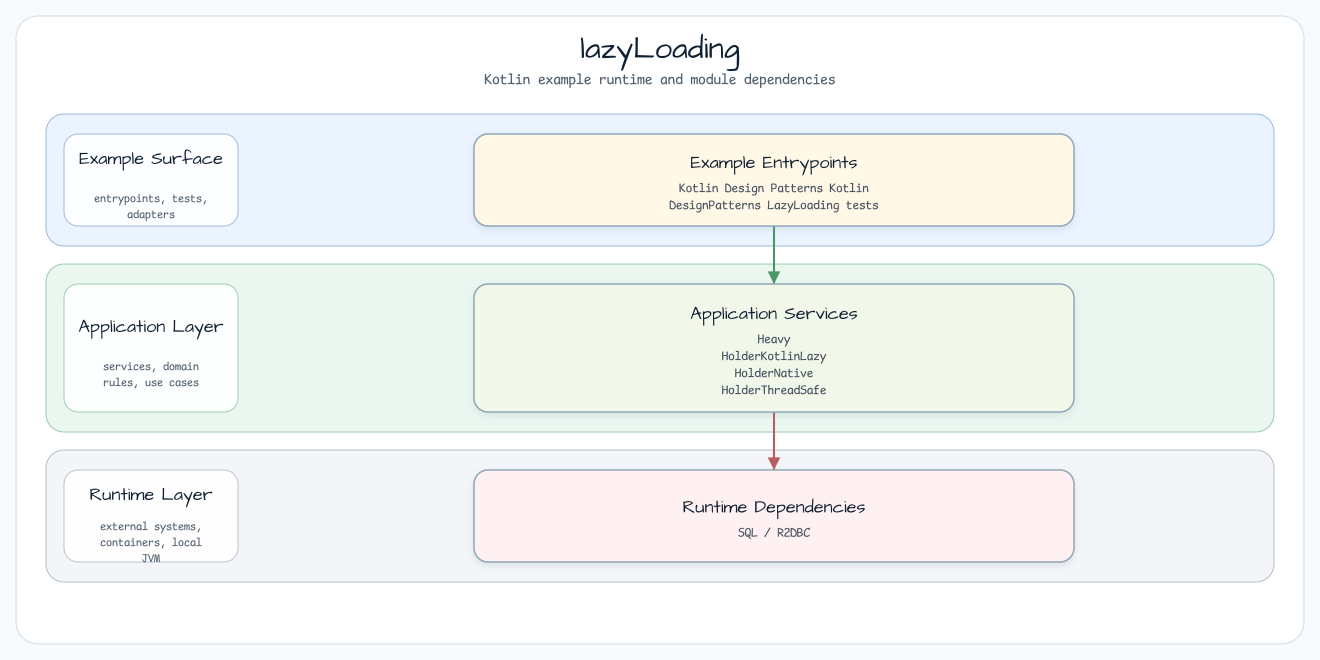
bluetape4k/bluetape4k-workshop keeps this Graphviz diagram as docs/images/readme-diagrams/kotlin-design-patterns-src-main-kotlin-io-bluetape4k-workshop-kotlin-designpatterns-lazyloading-readme-architecture-01.png. Above is the earlier version. Its source is kept beside it as docs/images/readme-diagrams/kotlin-design-patterns-src-main-kotlin-io-bluetape4k-workshop-kotlin-designpatterns-lazyloading-readme-architecture-01.dot.
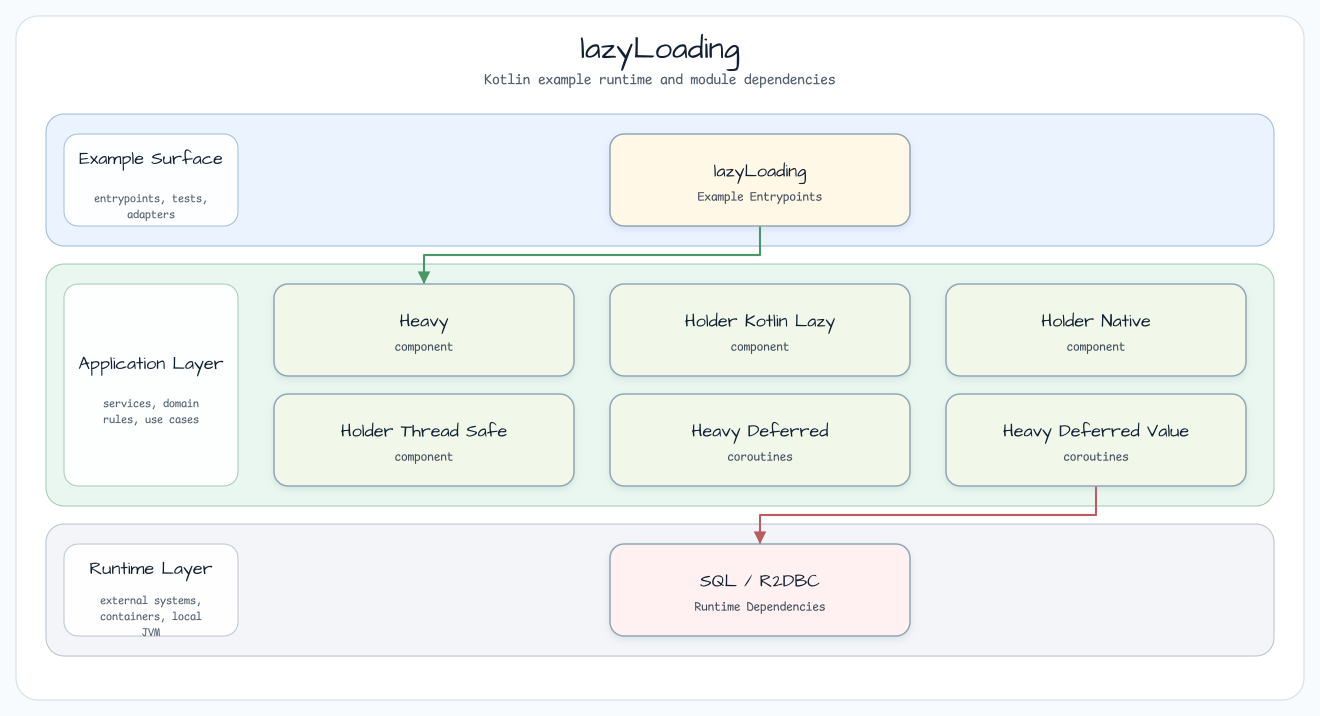
Above is the later version.

Change to the diagram source:
```diff
@@ -26,10 +26,15 @@
     fontsize=11
   ];
 
-  entry [label="Example Entrypoints\nKotlin Design Patterns Kotlin\nDesignPatterns LazyLoading tests", fillcolor="#FFF8E7"];
-  service [label="Application Services\nHeavy\nHolderKotlinLazy\nHolderNative\nHolderThreadSafe", fillcolor="#F1F8E9"];
-  runtime [label="Runtime Dependencies\nSQL / R2DBC", fillcolor="#FFF1F1"];
+  entry0 [label="lazyLoading\nExample Entrypoints", fillcolor="#FFF8E7"];
+  service0 [label="Heavy\ncomponent", fillcolor="#F1F8E9"];
+  service1 [label="Holder Kotlin Lazy\ncomponent", fillcolor="#F1F8E9"];
+  service2 [label="Holder Native\ncomponent", fillcolor="#F1F8E9"];
+  service3 [label="Holder Thread Safe\ncomponent", fillcolor="#F1F8E9"];
+  service4 [label="Heavy Deferred\ncoroutines", fillcolor="#F1F8E9"];
+  service5 [label="Heavy Deferred Value\ncoroutines", fillcolor="#F1F8E9"];
+  runtime0 [label="SQL / R2DBC\nRuntime Dependencies", fillcolor="#FFF1F1"];
 
-  entry -> service [label="delegates"];
-  service -> runtime [label="backs"];
+  entry0 -> service0 [label="starts"];
+  service5 -> runtime0 [label="runs on"];
 }
```
